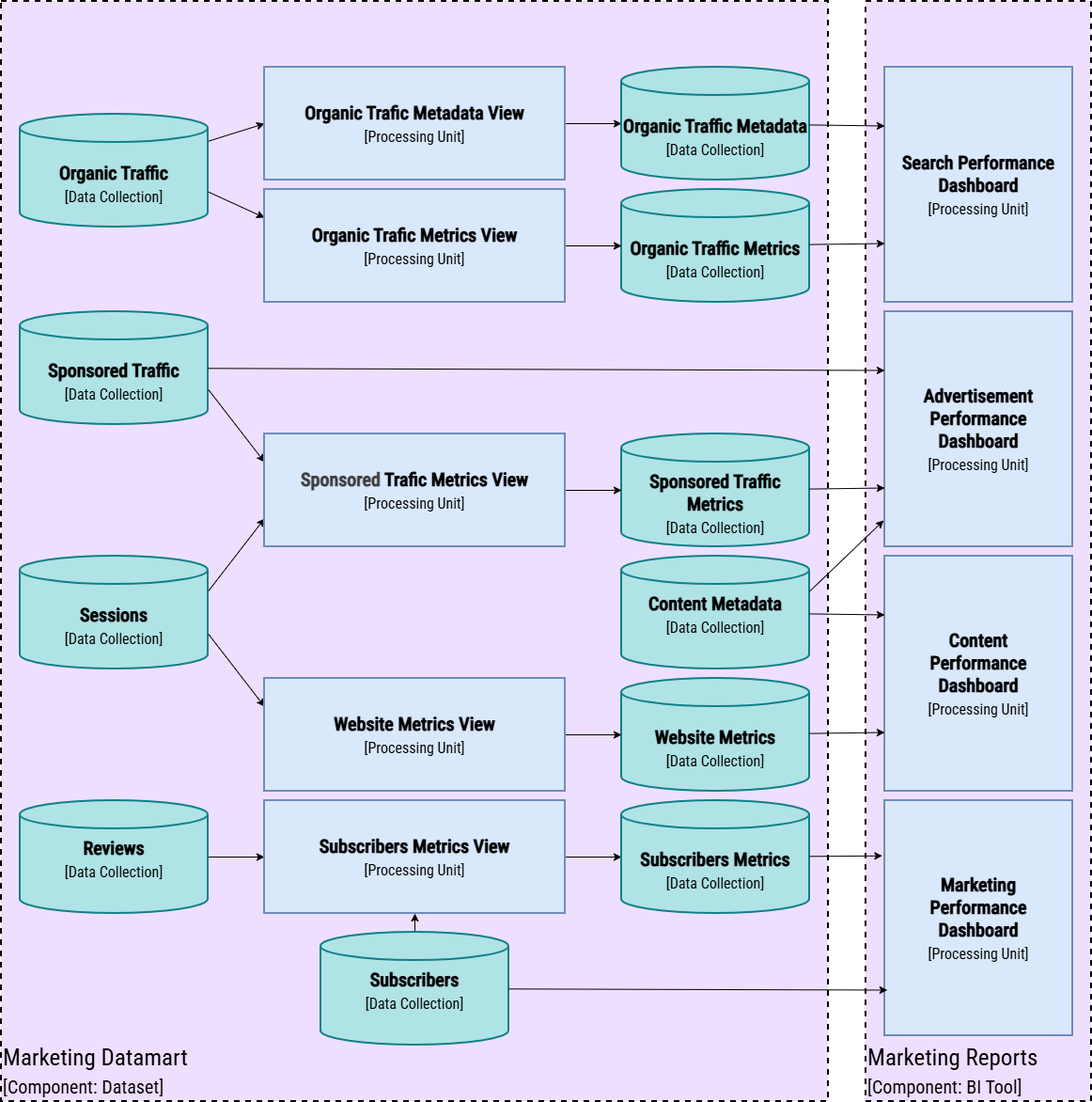
Before: chapter-10/figure-10.11.drawio.png, a diagram exported from draw.io (software-architecture-guild/modeling-software-architecture). Source tidied: cells renumbered, new cells last; positions are measured from the earlier drawing's top-left corner, leaving out a move shared by most shapes.
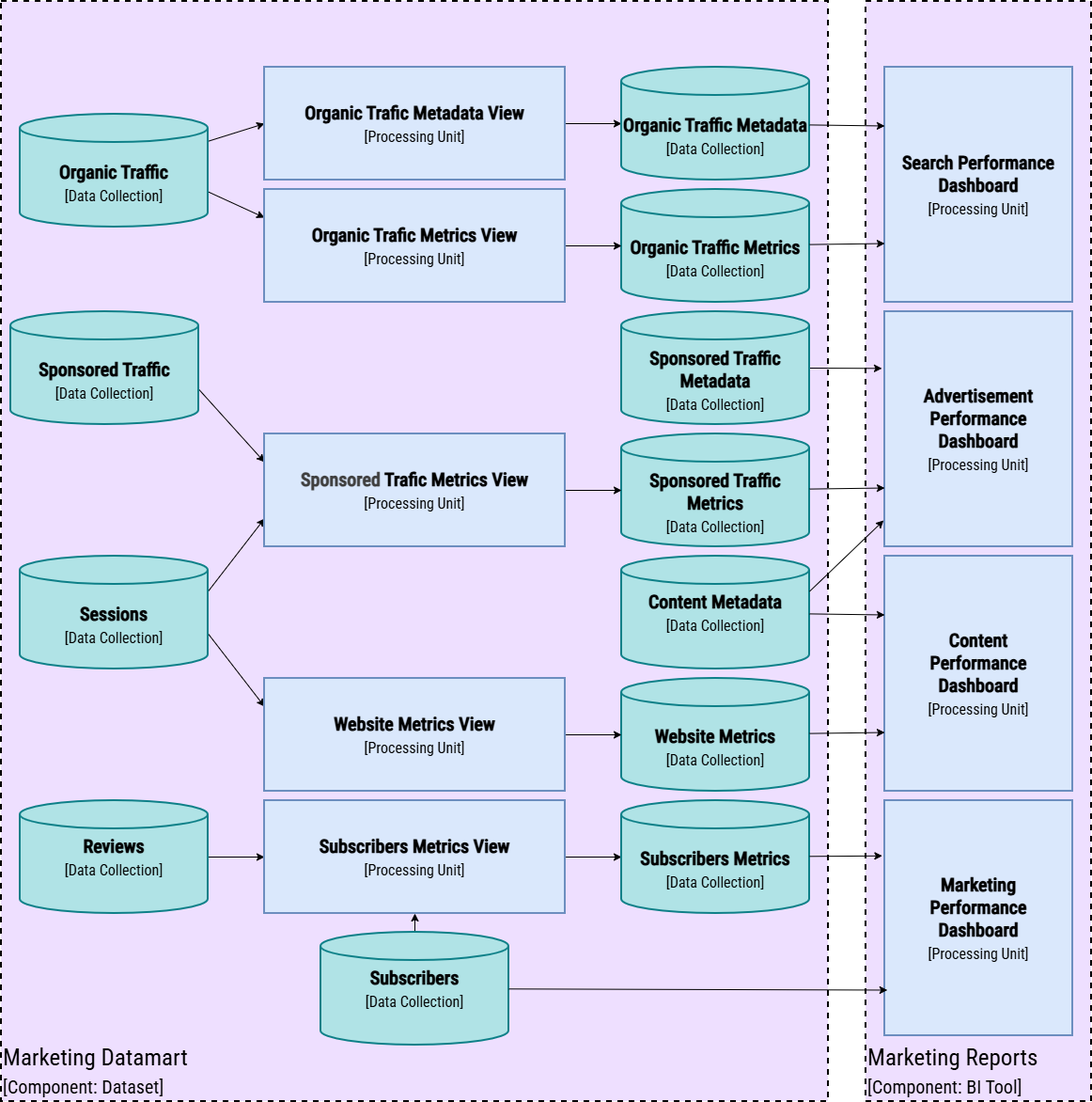
The same file after the commit.

The edit, as a diff of the source:
```diff
@@ -30,7 +30,7 @@
       <mxGeometry relative="1" as="geometry" />
     </mxCell>
     <mxCell id="11" value="&lt;div&gt;&lt;font style=&quot;&quot;&gt;&lt;b&gt;Sponsored Traffic&lt;br&gt;&lt;/b&gt;&lt;/font&gt;&lt;font style=&quot;font-size: 16px;&quot;&gt;[Data Collection]&lt;/font&gt;&lt;/div&gt;" style="shape=cylinder3;whiteSpace=wrap;html=1;boundedLbl=1;backgroundOutline=1;size=15;strokeWidth=2;strokeColor=#0e8088;fillColor=#b0e3e6;verticalAlign=middle;fontFamily=Roboto Condensed;fontSource=https%3A%2F%2Ffonts.googleapis.com%2Fcss%3Ffamily%3DRoboto%2BCondensed;fontSize=20;" parent="1" vertex="1">
-      <mxGeometry x="20" y="330" width="200" height="120" as="geometry" />
+      <mxGeometry x="10" y="330" width="200" height="120" as="geometry" />
     </mxCell>
     <mxCell id="12" value="&lt;div&gt;&lt;font style=&quot;&quot;&gt;&lt;b&gt;Content Metadata&lt;br&gt;&lt;/b&gt;&lt;/font&gt;&lt;font style=&quot;font-size: 16px;&quot;&gt;[Data Collection]&lt;/font&gt;&lt;/div&gt;" style="shape=cylinder3;whiteSpace=wrap;html=1;boundedLbl=1;backgroundOutline=1;size=15;strokeWidth=2;strokeColor=#0e8088;fillColor=#b0e3e6;verticalAlign=top;fontFamily=Roboto Condensed;fontSource=https%3A%2F%2Ffonts.googleapis.com%2Fcss%3Ffamily%3DRoboto%2BCondensed;fontSize=20;" parent="1" vertex="1">
       <mxGeometry x="660" y="590" width="200" height="120" as="geometry" />
@@ -110,8 +110,10 @@
     <mxCell id="37" style="edgeStyle=none;shape=connector;rounded=0;html=1;entryX=0;entryY=0.75;entryDx=0;entryDy=0;strokeColor=#000000;align=center;verticalAlign=middle;fontFamily=IBM Plex Mono;fontSource=https%3A%2F%2Ffonts.googleapis.com%2Fcss%3Ffamily%3DIBM%2BPlex%2BMono;fontSize=11;fontColor=#000000;labelBackgroundColor=default;endArrow=classic;" parent="1" edge="1" source="17" target="36">
       <mxGeometry relative="1" as="geometry" />
     </mxCell>
-    <mxCell id="38" style="edgeStyle=none;shape=connector;rounded=0;html=1;entryX=0;entryY=0.25;entryDx=0;entryDy=0;strokeColor=#000000;align=center;verticalAlign=middle;fontFamily=IBM Plex Mono;fontSource=https%3A%2F%2Ffonts.googleapis.com%2Fcss%3Ffamily%3DIBM%2BPlex%2BMono;fontSize=11;fontColor=#000000;labelBackgroundColor=default;endArrow=classic;" parent="1" edge="1" source="11" target="36">
-      <mxGeometry relative="1" as="geometry" />
+    <mxCell id="38" style="edgeStyle=none;shape=connector;rounded=0;html=1;strokeColor=#000000;align=center;verticalAlign=middle;fontFamily=IBM Plex Mono;fontSource=https%3A%2F%2Ffonts.googleapis.com%2Fcss%3Ffamily%3DIBM%2BPlex%2BMono;fontSize=11;fontColor=#000000;labelBackgroundColor=default;endArrow=classic;exitX=1;exitY=0.5;exitDx=0;exitDy=0;exitPerimeter=0;" parent="1" edge="1" source="46">
+      <mxGeometry relative="1" as="geometry">
+        <mxPoint x="937" y="390.3" as="targetPoint" />
+      </mxGeometry>
     </mxCell>
     <mxCell id="39" style="shape=connector;rounded=0;html=1;entryX=-0.006;entryY=0.888;entryDx=0;entryDy=0;strokeColor=#000000;align=center;verticalAlign=middle;fontFamily=IBM Plex Mono;fontSource=https%3A%2F%2Ffonts.googleapis.com%2Fcss%3Ffamily%3DIBM%2BPlex%2BMono;fontSize=11;fontColor=#000000;labelBackgroundColor=default;endArrow=classic;exitX=1;exitY=0;exitDx=0;exitDy=37.5;exitPerimeter=0;entryPerimeter=0;" parent="1" edge="1" source="12" target="36">
       <mxGeometry relative="1" as="geometry" />
@@ -134,5 +136,8 @@
     <mxCell id="45" style="edgeStyle=none;shape=connector;rounded=0;html=1;entryX=-0.013;entryY=0.235;entryDx=0;entryDy=0;strokeColor=#000000;align=center;verticalAlign=middle;fontFamily=IBM Plex Mono;fontSource=https%3A%2F%2Ffonts.googleapis.com%2Fcss%3Ffamily%3DIBM%2BPlex%2BMono;fontSize=11;fontColor=#000000;labelBackgroundColor=default;endArrow=classic;entryPerimeter=0;" parent="1" edge="1" source="31" target="43">
       <mxGeometry relative="1" as="geometry" />
     </mxCell>
+    <mxCell id="46" value="&lt;div&gt;&lt;font style=&quot;&quot;&gt;&lt;b&gt;Sponsored Traffic Metadata&lt;br&gt;&lt;/b&gt;&lt;/font&gt;&lt;font style=&quot;font-size: 16px;&quot;&gt;[Data Collection]&lt;/font&gt;&lt;/div&gt;" style="shape=cylinder3;whiteSpace=wrap;html=1;boundedLbl=1;backgroundOutline=1;size=15;strokeWidth=2;strokeColor=#0e8088;fillColor=#b0e3e6;verticalAlign=middle;fontFamily=Roboto Condensed;fontSource=https%3A%2F%2Ffonts.googleapis.com%2Fcss%3Ffamily%3DRoboto%2BCondensed;fontSize=20;" parent="1" vertex="1">
+      <mxGeometry x="660" y="330" width="200" height="120" as="geometry" />
+    </mxCell>
   </root>
 </mxGraphModel>
```
